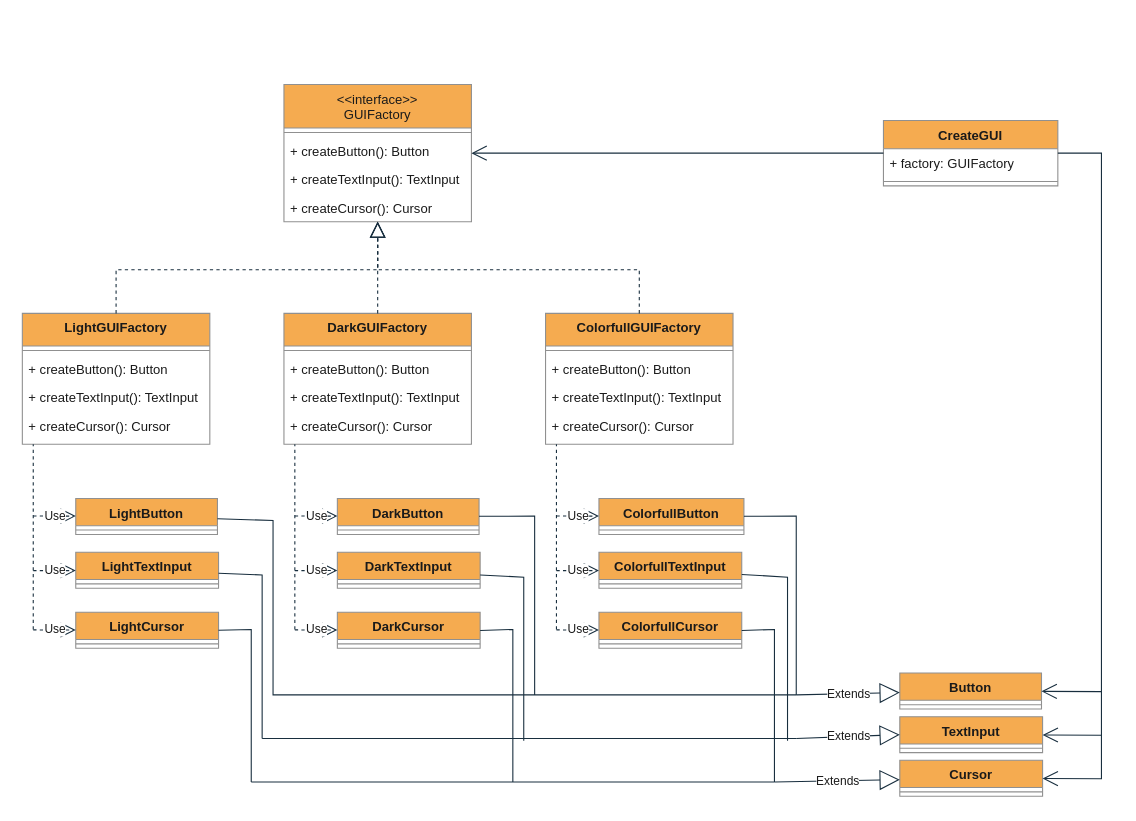
This is diagrams/creational/1abstract-factory.drawio from Vlas1d/BasePatterns, a draw.io file, before an edit. Source tidied: cells renumbered, new cells numbered last; positions are measured from the earlier drawing's top-left corner, leaving out a move shared by most shapes. Both pictures are drawn from the tidied source at 109%, with x=0, y=0 at pixel (22, 84).
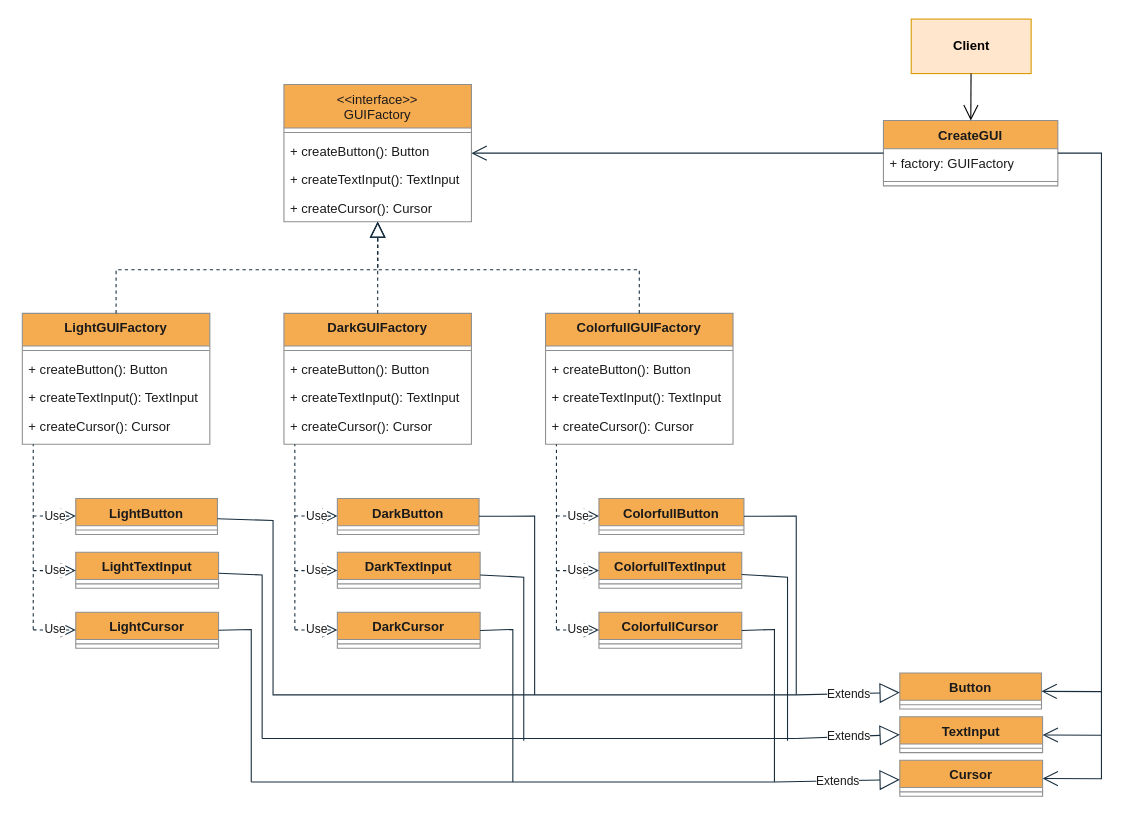
The same diagram, later.

Unchanged cells that the change refers to:
```xml
<mxCell id="25" value="CreateGUI" style="swimlane;fontStyle=1;align=center;verticalAlign=top;horizontal=1;startSize=26;whiteSpace=wrap;html=1;strokeColor=#909090;fontColor=#1A1A1A;fillColor=#F5AB50;" parent="1" vertex="1">
  <mxGeometry x="790" y="33" width="160" height="60" as="geometry" />
</mxCell>
```

The edit, as a diff of the source:
```diff
@@
+    <mxCell id="82" value="&lt;b&gt;Client&lt;/b&gt;" style="html=1;whiteSpace=wrap;fillColor=#ffe6cc;strokeColor=#d79b00;" parent="1" vertex="1">
+      <mxGeometry x="815.5" y="-60" width="110" height="50" as="geometry" />
+    </mxCell>
+    <mxCell id="83" style="endArrow=open;endFill=1;endSize=12;html=1;rounded=0;" parent="1" edge="1" source="82" target="25">
+      <mxGeometry relative="1" as="geometry" />
+    </mxCell>
```
